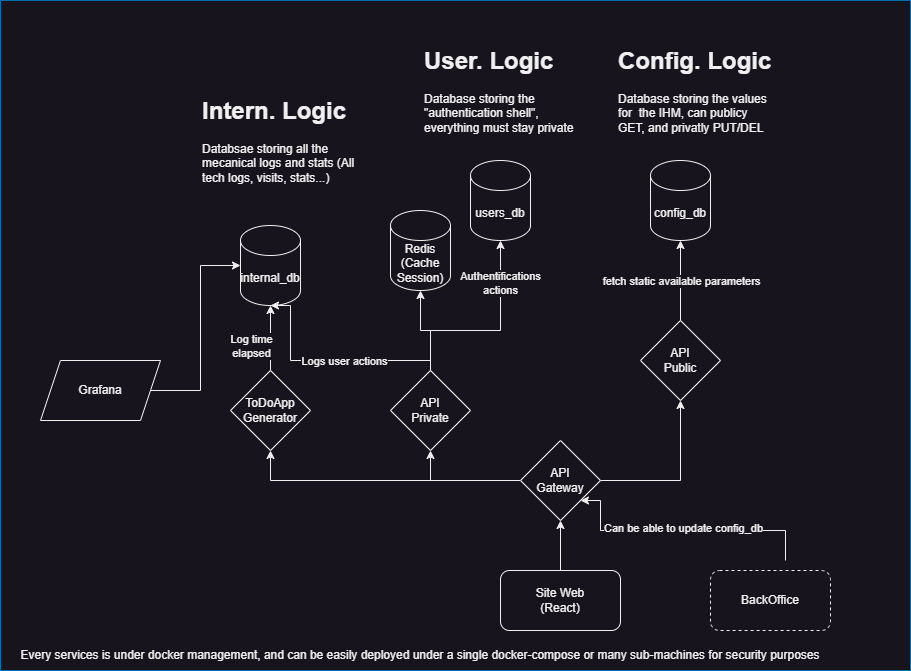
Above: docs/TodoGeneratorV1.drawio.png in Eric-Philippe/TodoAppGenerator (draw.io), before the change. Source tidied: cells renumbered, new cells last; positions are measured from the earlier drawing's top-left corner, leaving out a move shared by most shapes. Source of this version:
```xml
<mxGraphModel>
  <root>
    <mxCell id="0" />
    <mxCell id="1" parent="0" />
    <mxCell id="2" value="internal_db" style="shape=cylinder3;whiteSpace=wrap;html=1;boundedLbl=1;backgroundOutline=1;size=15;" parent="1" vertex="1">
      <mxGeometry x="240" y="225" width="60" height="80" as="geometry" />
    </mxCell>
    <mxCell id="3" value="users_db" style="shape=cylinder3;whiteSpace=wrap;html=1;boundedLbl=1;backgroundOutline=1;size=15;" parent="1" vertex="1">
      <mxGeometry x="470" y="160" width="60" height="80" as="geometry" />
    </mxCell>
    <mxCell id="4" style="edgeStyle=orthogonalEdgeStyle;rounded=0;jettySize=auto;html=1;entryX=0.5;entryY=1;entryDx=0;entryDy=0;exitX=0;exitY=0.5;exitDx=0;exitDy=0;" parent="1" edge="1" source="7" target="8">
      <mxGeometry relative="1" as="geometry">
        <Array as="points">
          <mxPoint x="430" y="480" />
        </Array>
      </mxGeometry>
    </mxCell>
    <mxCell id="5" style="edgeStyle=orthogonalEdgeStyle;rounded=0;jettySize=auto;html=1;entryX=0.5;entryY=1;entryDx=0;entryDy=0;" parent="1" edge="1" source="7" target="9">
      <mxGeometry relative="1" as="geometry" />
    </mxCell>
    <mxCell id="6" style="edgeStyle=orthogonalEdgeStyle;rounded=0;jettySize=auto;html=1;entryX=0.5;entryY=1;entryDx=0;entryDy=0;" parent="1" edge="1" source="7" target="12">
      <mxGeometry relative="1" as="geometry" />
    </mxCell>
    <mxCell id="7" value="API&lt;br&gt;Gateway" style="rhombus;whiteSpace=wrap;html=1;" parent="1" vertex="1">
      <mxGeometry x="520" y="440" width="80" height="80" as="geometry" />
    </mxCell>
    <mxCell id="8" value="API&lt;div&gt;Private&lt;/div&gt;" style="rhombus;whiteSpace=wrap;html=1;" parent="1" vertex="1">
      <mxGeometry x="390" y="370" width="80" height="80" as="geometry" />
    </mxCell>
    <mxCell id="9" value="API&lt;div&gt;Public&lt;/div&gt;" style="rhombus;whiteSpace=wrap;html=1;" parent="1" vertex="1">
      <mxGeometry x="640" y="320" width="80" height="80" as="geometry" />
    </mxCell>
    <mxCell id="10" style="edgeStyle=orthogonalEdgeStyle;rounded=0;jettySize=auto;html=1;entryX=0.5;entryY=1;entryDx=0;entryDy=0;" parent="1" edge="1" source="11" target="7">
      <mxGeometry relative="1" as="geometry" />
    </mxCell>
    <mxCell id="11" value="Site Web&lt;br&gt;(React)" style="rounded=1;whiteSpace=wrap;html=1;" parent="1" vertex="1">
      <mxGeometry x="500" y="570" width="120" height="60" as="geometry" />
    </mxCell>
    <mxCell id="12" value="ToDoApp&lt;div&gt;Generator&lt;/div&gt;" style="rhombus;whiteSpace=wrap;html=1;" parent="1" vertex="1">
      <mxGeometry x="230" y="370" width="80" height="80" as="geometry" />
    </mxCell>
    <mxCell id="13" value="&lt;h1 style=&quot;margin-top: 0px;&quot;&gt;Intern. Logic&lt;/h1&gt;&lt;p&gt;Databsae storing all the mecanical logs and stats (All tech logs, visits, stats...)&lt;/p&gt;" style="text;html=1;whiteSpace=wrap;overflow=hidden;rounded=0;" parent="1" vertex="1">
      <mxGeometry x="200" y="90" width="156" height="110" as="geometry" />
    </mxCell>
    <mxCell id="14" value="&lt;h1 style=&quot;margin-top: 0px;&quot;&gt;User. Logic&lt;/h1&gt;&lt;p&gt;Database storing the &quot;authentication shell&quot;, everything must stay private&lt;/p&gt;" style="text;html=1;whiteSpace=wrap;overflow=hidden;rounded=0;" parent="1" vertex="1">
      <mxGeometry x="422" y="40" width="156" height="110" as="geometry" />
    </mxCell>
    <mxCell id="15" value="Redis&lt;div&gt;(Cache Session)&lt;/div&gt;" style="shape=cylinder3;whiteSpace=wrap;html=1;boundedLbl=1;backgroundOutline=1;size=15;" parent="1" vertex="1">
      <mxGeometry x="390" y="210" width="60" height="80" as="geometry" />
    </mxCell>
    <mxCell id="16" style="edgeStyle=orthogonalEdgeStyle;rounded=0;jettySize=auto;html=1;entryX=0.5;entryY=1;entryDx=0;entryDy=0;entryPerimeter=0;" parent="1" edge="1" source="8" target="15">
      <mxGeometry relative="1" as="geometry" />
    </mxCell>
    <mxCell id="17" value="config_db" style="shape=cylinder3;whiteSpace=wrap;html=1;boundedLbl=1;backgroundOutline=1;size=15;" parent="1" vertex="1">
      <mxGeometry x="650" y="160" width="60" height="80" as="geometry" />
    </mxCell>
    <mxCell id="18" value="&lt;h1 style=&quot;margin-top: 0px;&quot;&gt;Config. Logic&lt;/h1&gt;&lt;p&gt;Database storing the values for&amp;nbsp; the IHM, can publicy GET, and privatly PUT/DEL&lt;/p&gt;" style="text;html=1;whiteSpace=wrap;overflow=hidden;rounded=0;" parent="1" vertex="1">
      <mxGeometry x="616" y="40" width="156" height="110" as="geometry" />
    </mxCell>
    <mxCell id="19" style="edgeStyle=orthogonalEdgeStyle;rounded=0;jettySize=auto;html=1;entryX=0.5;entryY=1;entryDx=0;entryDy=0;entryPerimeter=0;" parent="1" edge="1" source="8" target="3">
      <mxGeometry relative="1" as="geometry">
        <Array as="points">
          <mxPoint x="430" y="330" />
          <mxPoint x="500" y="330" />
        </Array>
      </mxGeometry>
    </mxCell>
    <mxCell id="20" value="Authentifications&lt;br&gt;actions" style="edgeLabel;html=1;align=center;verticalAlign=middle;" parent="19" vertex="1">
      <mxGeometry x="0.58" y="1" relative="1" as="geometry" />
    </mxCell>
    <mxCell id="21" style="edgeStyle=orthogonalEdgeStyle;rounded=0;jettySize=auto;html=1;entryX=0.5;entryY=1;entryDx=0;entryDy=0;entryPerimeter=0;" parent="1" edge="1" source="9" target="17">
      <mxGeometry relative="1" as="geometry" />
    </mxCell>
    <mxCell id="22" value="fetch static available parameters" style="edgeLabel;html=1;align=center;verticalAlign=middle;" parent="21" vertex="1">
      <mxGeometry x="0.01" relative="1" as="geometry" />
    </mxCell>
    <mxCell id="23" style="edgeStyle=orthogonalEdgeStyle;rounded=0;jettySize=auto;html=1;entryX=0.5;entryY=1;entryDx=0;entryDy=0;entryPerimeter=0;" parent="1" edge="1" source="12" target="2">
      <mxGeometry relative="1" as="geometry" />
    </mxCell>
    <mxCell id="24" value="Log time &lt;br&gt;elapsed" style="edgeLabel;html=1;align=center;verticalAlign=middle;" parent="23" vertex="1">
      <mxGeometry x="-0.22" y="1" relative="1" as="geometry">
        <mxPoint x="-19" as="offset" />
      </mxGeometry>
    </mxCell>
    <mxCell id="25" style="edgeStyle=orthogonalEdgeStyle;rounded=0;jettySize=auto;html=1;entryX=0.5;entryY=1;entryDx=0;entryDy=0;entryPerimeter=0;" parent="1" edge="1" source="8" target="2">
      <mxGeometry relative="1" as="geometry">
        <Array as="points">
          <mxPoint x="430" y="360" />
          <mxPoint x="290" y="360" />
          <mxPoint x="290" y="305" />
        </Array>
      </mxGeometry>
    </mxCell>
    <mxCell id="26" value="Logs user actions" style="edgeLabel;html=1;align=center;verticalAlign=middle;" parent="25" vertex="1">
      <mxGeometry x="-0.14" relative="1" as="geometry" />
    </mxCell>
    <mxCell id="27" style="edgeStyle=orthogonalEdgeStyle;rounded=0;jettySize=auto;html=1;entryX=1;entryY=1;entryDx=0;entryDy=0;" parent="1" edge="1" target="7">
      <mxGeometry relative="1" as="geometry">
        <mxPoint x="785" y="560" as="sourcePoint" />
        <Array as="points">
          <mxPoint x="785" y="530" />
          <mxPoint x="600" y="530" />
          <mxPoint x="600" y="500" />
        </Array>
      </mxGeometry>
    </mxCell>
    <mxCell id="28" value="Can be able to update config_db" style="edgeLabel;html=1;align=center;verticalAlign=middle;" parent="27" vertex="1">
      <mxGeometry x="-0.08" y="-3" relative="1" as="geometry">
        <mxPoint x="-10" as="offset" />
      </mxGeometry>
    </mxCell>
    <mxCell id="29" value="BackOffice" style="rounded=1;whiteSpace=wrap;html=1;dashed=1;" parent="1" vertex="1">
      <mxGeometry x="710" y="570" width="120" height="60" as="geometry" />
    </mxCell>
    <mxCell id="30" value="Grafana" style="shape=parallelogram;perimeter=parallelogramPerimeter;whiteSpace=wrap;html=1;fixedSize=1;" parent="1" vertex="1">
      <mxGeometry x="40" y="360" width="120" height="60" as="geometry" />
    </mxCell>
    <mxCell id="31" style="edgeStyle=orthogonalEdgeStyle;rounded=0;jettySize=auto;html=1;entryX=0;entryY=0.5;entryDx=0;entryDy=0;entryPerimeter=0;" parent="1" edge="1" source="30" target="2">
      <mxGeometry relative="1" as="geometry" />
    </mxCell>
    <mxCell id="32" style="swimlane;startSize=0;fillColor=#1ba1e2;fontColor=#ffffff;strokeColor=#006EAF;" parent="1" vertex="1">
      <mxGeometry width="910" height="670" as="geometry" />
    </mxCell>
    <mxCell id="33" value="Every services is under docker management, and can be easily deployed under a single docker-compose or many sub-machines for security purposes" style="text;html=1;align=center;verticalAlign=middle;whiteSpace=wrap;rounded=0;" parent="32" vertex="1">
      <mxGeometry y="640" width="840" height="30" as="geometry" />
    </mxCell>
  </root>
</mxGraphModel>
```
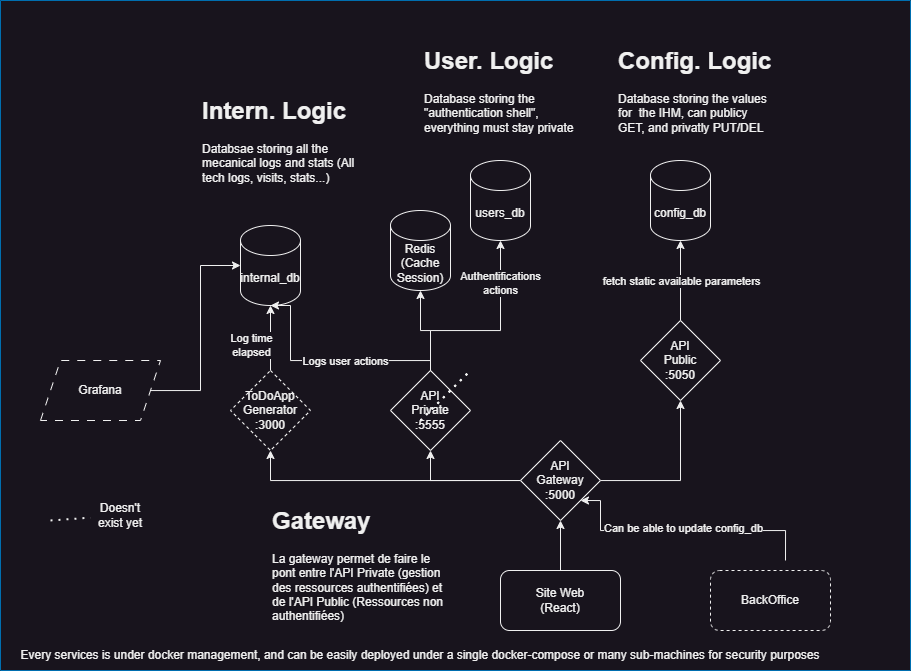
After the commit.

Commit message:
Update documentation and configuration: enhance the summary section, adjust Docker Compose port mapping, refine draw.io diagram, and update Go module dependencies.

Diff of the diagram source:
```diff
@@ -21,13 +21,13 @@
     <mxCell id="6" style="edgeStyle=orthogonalEdgeStyle;rounded=0;jettySize=auto;html=1;entryX=0.5;entryY=1;entryDx=0;entryDy=0;" parent="1" edge="1" source="7" target="12">
       <mxGeometry relative="1" as="geometry" />
     </mxCell>
-    <mxCell id="7" value="API&lt;br&gt;Gateway" style="rhombus;whiteSpace=wrap;html=1;" parent="1" vertex="1">
+    <mxCell id="7" value="API&lt;br&gt;Gateway&lt;div&gt;:5000&lt;/div&gt;" style="rhombus;whiteSpace=wrap;html=1;" parent="1" vertex="1">
       <mxGeometry x="520" y="440" width="80" height="80" as="geometry" />
     </mxCell>
-    <mxCell id="8" value="API&lt;div&gt;Private&lt;/div&gt;" style="rhombus;whiteSpace=wrap;html=1;" parent="1" vertex="1">
+    <mxCell id="8" value="API&lt;div&gt;Private&lt;/div&gt;&lt;div&gt;:5555&lt;/div&gt;" style="rhombus;whiteSpace=wrap;html=1;" parent="1" vertex="1">
       <mxGeometry x="390" y="370" width="80" height="80" as="geometry" />
     </mxCell>
-    <mxCell id="9" value="API&lt;div&gt;Public&lt;/div&gt;" style="rhombus;whiteSpace=wrap;html=1;" parent="1" vertex="1">
+    <mxCell id="9" value="API&lt;div&gt;Public&lt;/div&gt;&lt;div&gt;:5050&lt;/div&gt;" style="rhombus;whiteSpace=wrap;html=1;" parent="1" vertex="1">
       <mxGeometry x="640" y="320" width="80" height="80" as="geometry" />
     </mxCell>
     <mxCell id="10" style="edgeStyle=orthogonalEdgeStyle;rounded=0;jettySize=auto;html=1;entryX=0.5;entryY=1;entryDx=0;entryDy=0;" parent="1" edge="1" source="11" target="7">
@@ -36,7 +36,7 @@
     <mxCell id="11" value="Site Web&lt;br&gt;(React)" style="rounded=1;whiteSpace=wrap;html=1;" parent="1" vertex="1">
       <mxGeometry x="500" y="570" width="120" height="60" as="geometry" />
     </mxCell>
-    <mxCell id="12" value="ToDoApp&lt;div&gt;Generator&lt;/div&gt;" style="rhombus;whiteSpace=wrap;html=1;" parent="1" vertex="1">
+    <mxCell id="12" value="ToDoApp&lt;div&gt;Generator&lt;/div&gt;&lt;div&gt;:3000&lt;/div&gt;" style="rhombus;whiteSpace=wrap;html=1;dashed=1;" parent="1" vertex="1">
       <mxGeometry x="230" y="370" width="80" height="80" as="geometry" />
     </mxCell>
     <mxCell id="13" value="&lt;h1 style=&quot;margin-top: 0px;&quot;&gt;Intern. Logic&lt;/h1&gt;&lt;p&gt;Databsae storing all the mecanical logs and stats (All tech logs, visits, stats...)&lt;/p&gt;" style="text;html=1;whiteSpace=wrap;overflow=hidden;rounded=0;" parent="1" vertex="1">
@@ -112,7 +112,7 @@
     <mxCell id="29" value="BackOffice" style="rounded=1;whiteSpace=wrap;html=1;dashed=1;" parent="1" vertex="1">
       <mxGeometry x="710" y="570" width="120" height="60" as="geometry" />
     </mxCell>
-    <mxCell id="30" value="Grafana" style="shape=parallelogram;perimeter=parallelogramPerimeter;whiteSpace=wrap;html=1;fixedSize=1;" parent="1" vertex="1">
+    <mxCell id="30" value="Grafana" style="shape=parallelogram;perimeter=parallelogramPerimeter;whiteSpace=wrap;html=1;fixedSize=1;dashed=1;dashPattern=8 8;" parent="1" vertex="1">
       <mxGeometry x="40" y="360" width="120" height="60" as="geometry" />
     </mxCell>
     <mxCell id="31" style="edgeStyle=orthogonalEdgeStyle;rounded=0;jettySize=auto;html=1;entryX=0;entryY=0.5;entryDx=0;entryDy=0;entryPerimeter=0;" parent="1" edge="1" source="30" target="2">
@@ -124,5 +124,34 @@
     <mxCell id="33" value="Every services is under docker management, and can be easily deployed under a single docker-compose or many sub-machines for security purposes" style="text;html=1;align=center;verticalAlign=middle;whiteSpace=wrap;rounded=0;" parent="32" vertex="1">
       <mxGeometry y="640" width="840" height="30" as="geometry" />
     </mxCell>
+    <mxCell id="34" value="&lt;h1 style=&quot;margin-top: 0px;&quot;&gt;Gateway&lt;/h1&gt;&lt;p&gt;La gateway permet de faire le pont entre l'API Private (gestion des ressources authentifiées) et de l'API Public (Ressources non authentifiées)&lt;/p&gt;" style="text;html=1;whiteSpace=wrap;overflow=hidden;rounded=0;" parent="32" vertex="1">
+      <mxGeometry x="270" y="500" width="180" height="120" as="geometry" />
+    </mxCell>
+    <mxCell id="35" style="endArrow=none;dashed=1;html=1;dashPattern=1 3;strokeWidth=2;rounded=0;" parent="32" edge="1" target="36">
+      <mxGeometry relative="1" as="geometry">
+        <mxPoint x="50" y="520" as="sourcePoint" />
+      </mxGeometry>
+    </mxCell>
+    <mxCell id="36" value="Doesn't exist yet" style="text;html=1;align=center;verticalAlign=middle;whiteSpace=wrap;rounded=0;" parent="32" vertex="1">
+      <mxGeometry x="90" y="500" width="60" height="30" as="geometry" />
+    </mxCell>
+    <mxCell id="37" style="endArrow=none;dashed=1;html=1;dashPattern=1 3;strokeWidth=2;rounded=0;" parent="1" edge="1">
+      <mxGeometry relative="1" as="geometry">
+        <mxPoint x="420" y="420" as="sourcePoint" />
+        <mxPoint x="470" y="370" as="targetPoint" />
+      </mxGeometry>
+    </mxCell>
+    <mxCell id="38" style="endArrow=none;dashed=1;html=1;dashPattern=1 3;strokeWidth=2;rounded=0;" parent="1" edge="1">
+      <mxGeometry relative="1" as="geometry">
+        <mxPoint x="420" y="420" as="sourcePoint" />
+        <mxPoint x="470" y="370" as="targetPoint" />
+      </mxGeometry>
+    </mxCell>
+    <mxCell id="39" style="endArrow=none;dashed=1;html=1;dashPattern=1 3;strokeWidth=2;rounded=0;" parent="1" edge="1">
+      <mxGeometry relative="1" as="geometry">
+        <mxPoint x="420" y="420" as="sourcePoint" />
+        <mxPoint x="470" y="370" as="targetPoint" />
+      </mxGeometry>
+    </mxCell>
   </root>
 </mxGraphModel>
```
